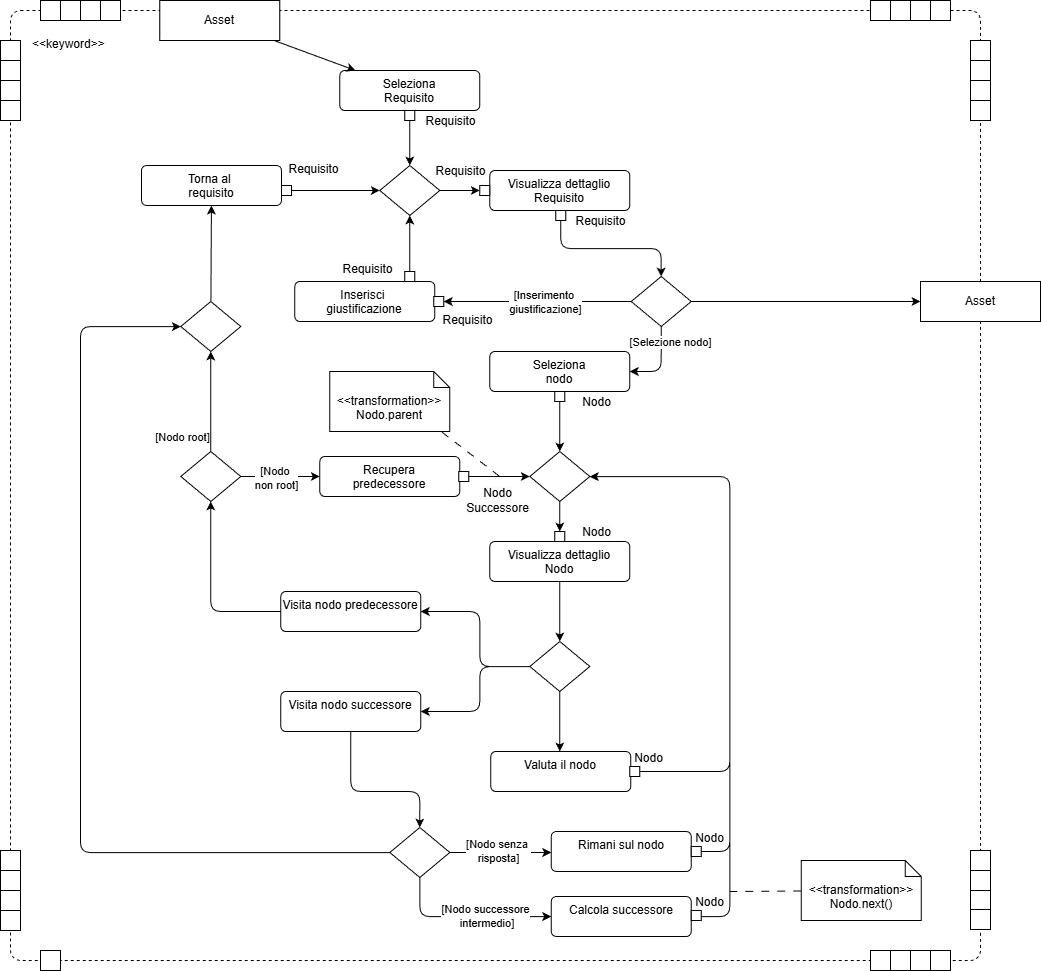
GroupRubberDuck/Documentazione keeps this draw.io diagram as src/RTB/DocumentazioneEsterna/Analisi_dei_Requisiti/content/use_case/diagrammi-attivita/images/valuta-asset.drawio.png. Above is the earlier version. Source tidied: cells renumbered, new cells last; positions are measured from the earlier drawing's top-left corner, leaving out a move shared by most shapes.
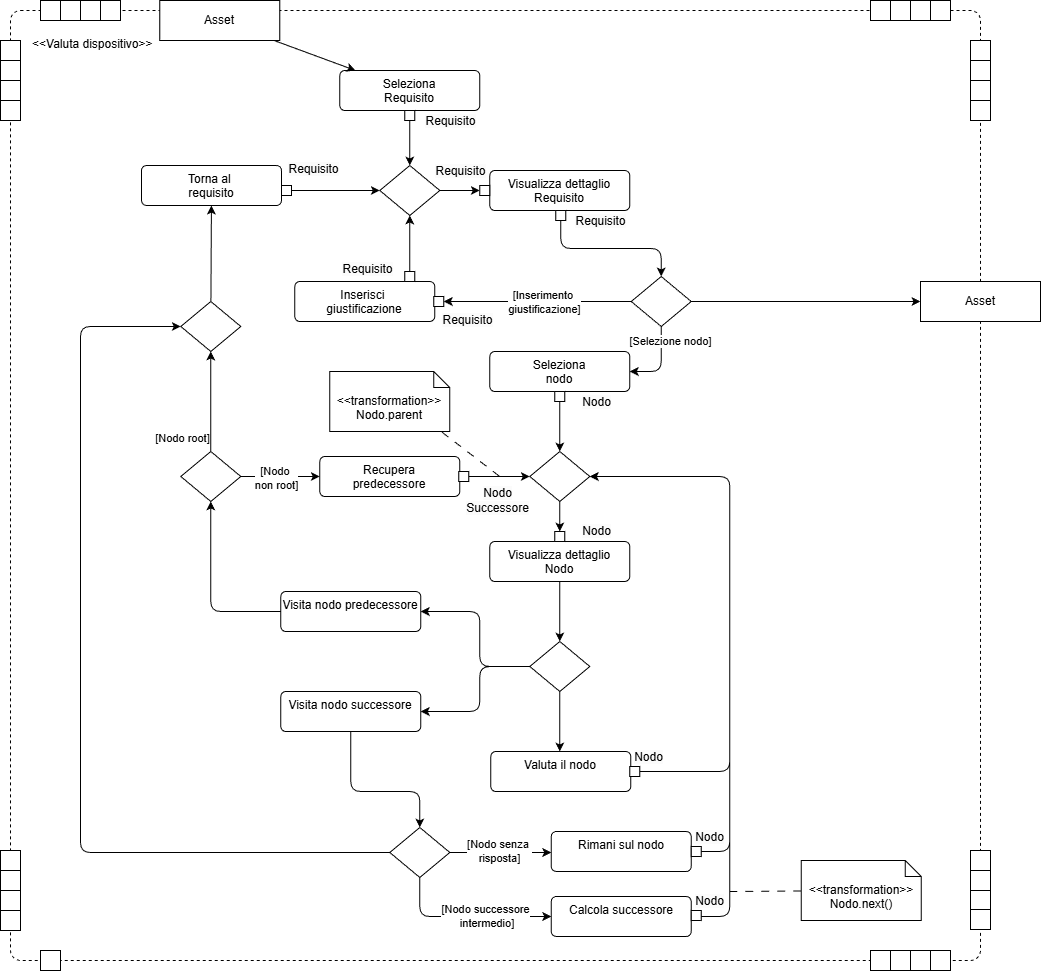
The same diagram one commit later.

Change to the diagram source:
```diff
@@ -2,7 +2,7 @@
   <root>
     <mxCell id="0" />
     <mxCell id="1" parent="0" />
-    <mxCell id="2" value="&amp;lt;&amp;lt;keyword&amp;gt;&amp;gt;" style="html=1;dashed=1;rounded=1;absoluteArcSize=1;arcSize=20;verticalAlign=top;align=left;spacingTop=20;spacingLeft=20;whiteSpace=wrap;" parent="1" vertex="1">
+    <mxCell id="2" value="&amp;lt;&amp;lt;Valuta dispositivo&amp;gt;&amp;gt;" style="html=1;dashed=1;rounded=1;absoluteArcSize=1;arcSize=20;verticalAlign=top;align=left;spacingTop=20;spacingLeft=20;whiteSpace=wrap;" parent="1" vertex="1">
       <mxGeometry y="10" width="970" height="950" as="geometry" />
     </mxCell>
     <mxCell id="3" style="group;" parent="2" vertex="1">
```
